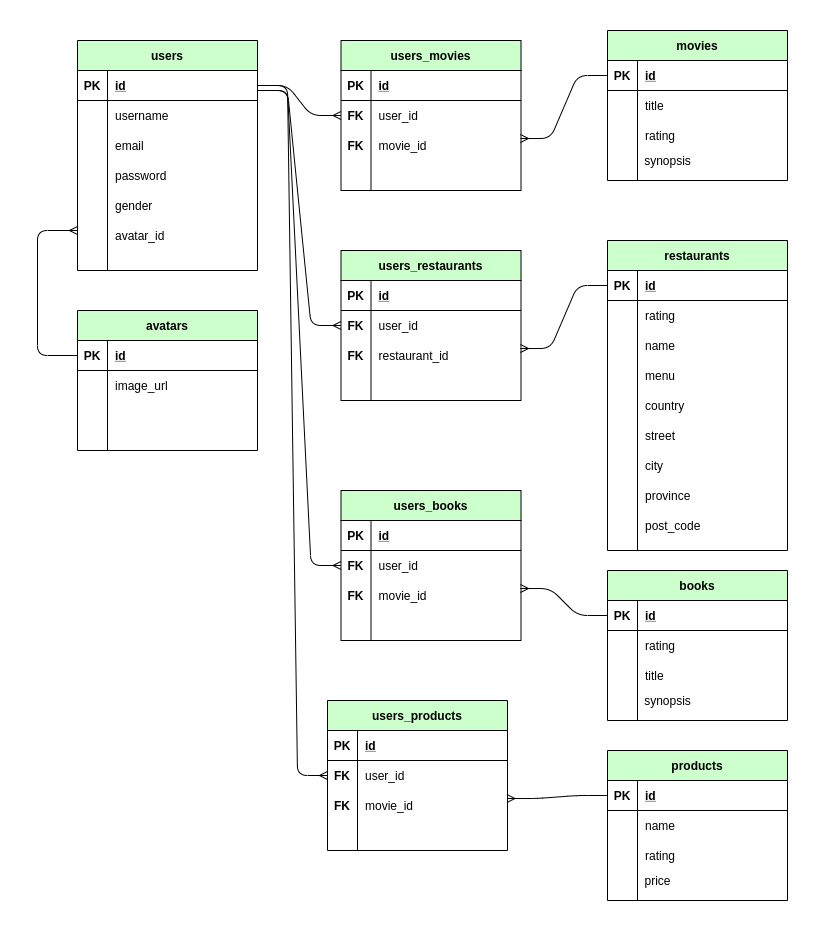
schenn1992/smart_TODO_list keeps this draw.io diagram as ERD.png. Above is the earlier version. Source tidied: cells renumbered, new cells last; positions are measured from the earlier drawing's top-left corner, leaving out a move shared by most shapes.
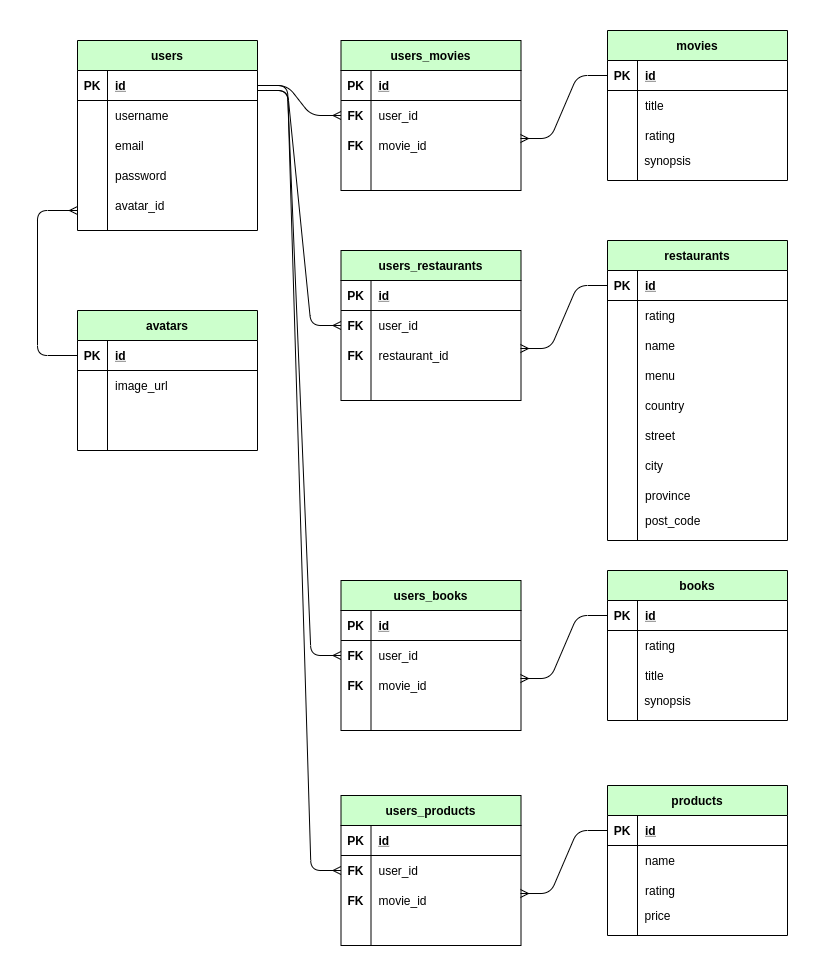
After the change.

Diff of the diagram source:
```diff
@@ -3,7 +3,7 @@
     <mxCell id="0" />
     <mxCell id="1" parent="0" />
     <mxCell id="2" value="users" style="shape=table;startSize=30;rowLines=0;fontStyle=1;align=center;fillColor=#CCFFCC;" parent="1" vertex="1">
-      <mxGeometry x="40" y="10" width="180" height="230" as="geometry" />
+      <mxGeometry x="40" y="10" width="180" height="190" as="geometry" />
     </mxCell>
     <mxCell id="3" style="shape=partialRectangle;fillColor=none;top=0;left=0;bottom=1;right=0;points=[[0,0.5],[1,0.5]];portConstraint=eastwest;" parent="2" vertex="1">
       <mxGeometry y="30" width="180" height="30" as="geometry" />
@@ -129,7 +129,7 @@
       <mxGeometry relative="1" as="geometry" />
     </mxCell>
     <mxCell id="44" value="restaurants" style="shape=table;startSize=30;rowLines=0;fontStyle=1;align=center;fillColor=#CCFFCC;" parent="1" vertex="1">
-      <mxGeometry x="570" y="210" width="180" height="310" as="geometry" />
+      <mxGeometry x="570" y="210" width="180" height="300" as="geometry" />
     </mxCell>
     <mxCell id="45" style="shape=partialRectangle;fillColor=none;top=0;left=0;bottom=1;right=0;points=[[0,0.5],[1,0.5]];portConstraint=eastwest;" parent="44" vertex="1">
       <mxGeometry y="30" width="180" height="30" as="geometry" />
@@ -252,7 +252,7 @@
       <mxGeometry x="600" y="660" width="60" height="20" as="geometry" />
     </mxCell>
     <mxCell id="85" value="users_books" style="shape=table;startSize=30;rowLines=0;fontStyle=1;align=center;fillColor=#CCFFCC;" parent="1" vertex="1">
-      <mxGeometry x="303.5" y="460" width="180" height="150" as="geometry" />
+      <mxGeometry x="303.5" y="550" width="180" height="150" as="geometry" />
     </mxCell>
     <mxCell id="86" style="shape=partialRectangle;fillColor=none;top=0;left=0;bottom=1;right=0;" parent="85" vertex="1">
       <mxGeometry y="30" width="180" height="30" as="geometry" />
@@ -307,7 +307,7 @@
       <mxGeometry x="600" y="360" width="150" height="30" as="geometry" />
     </mxCell>
     <mxCell id="102" value="products" style="shape=table;startSize=30;rowLines=0;fontStyle=1;align=center;fillColor=#CCFFCC;" parent="1" vertex="1">
-      <mxGeometry x="570" y="720" width="180" height="150" as="geometry" />
+      <mxGeometry x="570" y="755" width="180" height="150" as="geometry" />
     </mxCell>
     <mxCell id="103" style="shape=partialRectangle;fillColor=none;top=0;left=0;bottom=1;right=0;points=[[0,0.5],[1,0.5]];portConstraint=eastwest;" parent="102" vertex="1">
       <mxGeometry y="30" width="180" height="30" as="geometry" />
@@ -346,10 +346,10 @@
       <mxGeometry x="30" width="150" height="30" as="geometry" />
     </mxCell>
     <mxCell id="115" value="price" style="text;html=1;align=center;verticalAlign=middle;" parent="1" vertex="1">
-      <mxGeometry x="600" y="840" width="40" height="20" as="geometry" />
+      <mxGeometry x="600" y="875" width="40" height="20" as="geometry" />
     </mxCell>
     <mxCell id="116" value="users_products" style="shape=table;startSize=30;rowLines=0;fontStyle=1;align=center;fillColor=#CCFFCC;" parent="1" vertex="1">
-      <mxGeometry x="290" y="670" width="180" height="150" as="geometry" />
+      <mxGeometry x="303.5" y="765" width="180" height="150" as="geometry" />
     </mxCell>
     <mxCell id="117" style="shape=partialRectangle;fillColor=none;top=0;left=0;bottom=1;right=0;" parent="116" vertex="1">
       <mxGeometry y="30" width="180" height="30" as="geometry" />
@@ -394,7 +394,7 @@
       <mxGeometry relative="1" as="geometry" />
     </mxCell>
     <mxCell id="131" value="avatar_id" style="shape=partialRectangle;fillColor=none;top=0;left=0;bottom=0;right=0;align=left;spacingLeft=6;overflow=hidden;" parent="1" vertex="1">
-      <mxGeometry x="70" y="190" width="150" height="30" as="geometry" />
+      <mxGeometry x="70" y="160" width="150" height="30" as="geometry" />
     </mxCell>
     <mxCell id="132" value="avatars" style="shape=table;startSize=30;rowLines=0;fontStyle=1;align=center;fillColor=#CCFFCC;" parent="1" vertex="1">
       <mxGeometry x="40" y="280" width="180" height="140" as="geometry" />
@@ -438,10 +438,10 @@
     <mxCell id="145" style="edgeStyle=orthogonalEdgeStyle;fontSize=12;html=1;endArrow=ERmany;" parent="1" edge="1">
       <mxGeometry relative="1" as="geometry">
         <mxPoint x="40" y="325" as="sourcePoint" />
-        <mxPoint x="40" y="200" as="targetPoint" />
+        <mxPoint x="40" y="180" as="targetPoint" />
         <Array as="points">
           <mxPoint y="325" />
-          <mxPoint y="200" />
+          <mxPoint y="180" />
         </Array>
       </mxGeometry>
     </mxCell>
@@ -455,10 +455,7 @@
       <mxGeometry x="600" y="450" width="150" height="30" as="geometry" />
     </mxCell>
     <mxCell id="149" value="post_code" style="shape=partialRectangle;fillColor=none;top=0;left=0;bottom=0;right=0;align=left;spacingLeft=6;overflow=hidden;fontStyle=0;" parent="1" vertex="1">
-      <mxGeometry x="600" y="480" width="150" height="30" as="geometry" />
+      <mxGeometry x="600" y="475" width="150" height="30" as="geometry" />
     </mxCell>
-    <mxCell id="150" value="gender" style="shape=partialRectangle;fillColor=none;top=0;left=0;bottom=0;right=0;align=left;spacingLeft=6;overflow=hidden;" parent="1" vertex="1">
-      <mxGeometry x="70" y="160" width="150" height="30" as="geometry" />
-    </mxCell>
   </root>
 </mxGraphModel>
```
